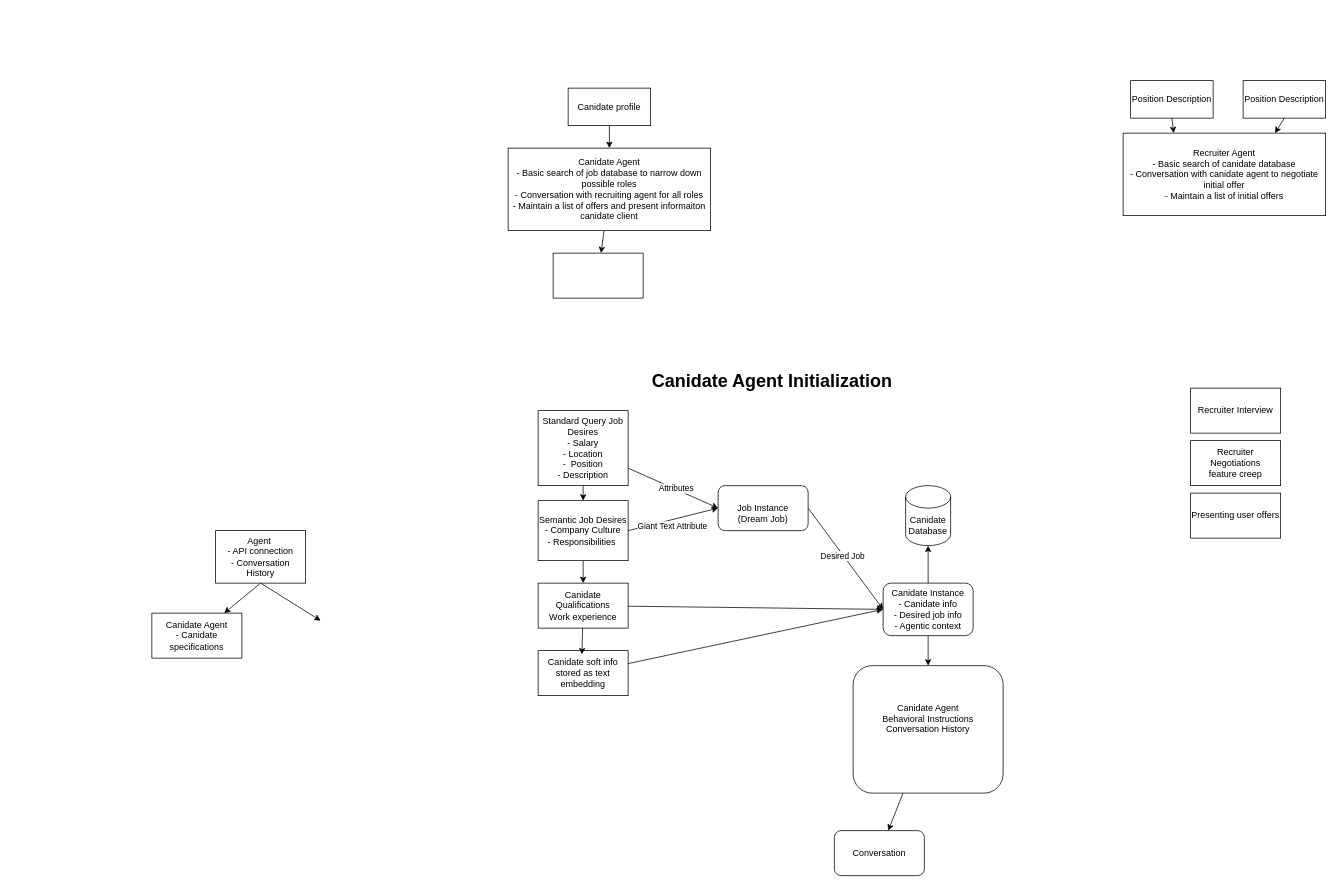
This is docs/OUTLINE.drawio from WilliamRamsey/IAInfoLLM, a draw.io file, before an edit. Source tidied: cells renumbered, new cells numbered last; positions are measured from the earlier drawing's top-left corner, leaving out a move shared by most shapes. Both pictures are drawn from the tidied source at 75%, with x=0, y=0 at pixel (152, 80).
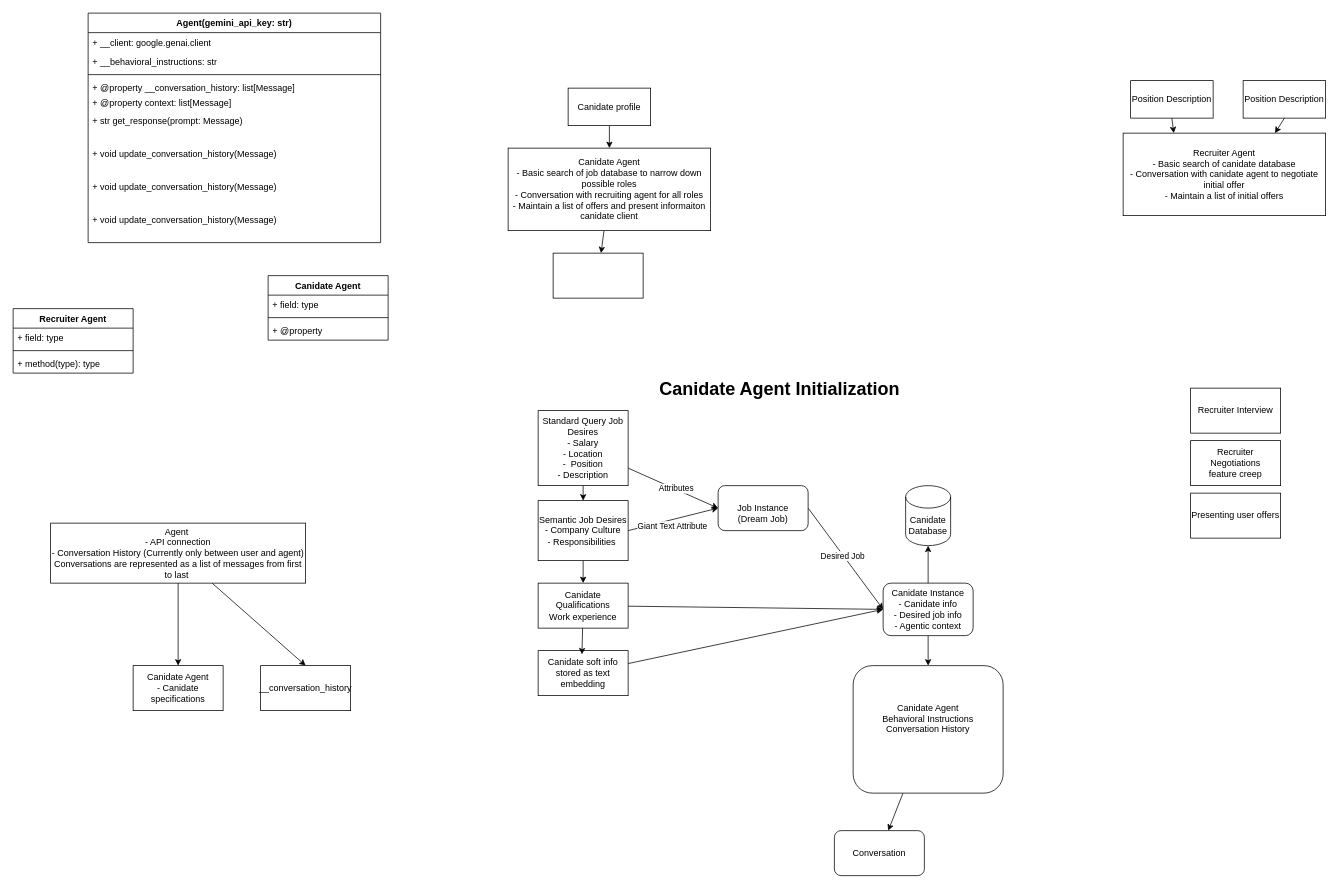
After the change.

Commit message (it also covers changes not shown here):
AGENT class built

Diff of the diagram source:
```diff
@@
-    <mxCell id="26" value="&lt;h1 style=&quot;margin-top: 0px;&quot;&gt;Canidate Agent Initialization&lt;/h1&gt;" style="text;html=1;whiteSpace=wrap;overflow=hidden;rounded=0;" parent="1" vertex="1">
-      <mxGeometry x="665" y="380" width="350" height="40" as="geometry" />
-    </mxCell>
@@
-    <mxCell id="40" style="edgeStyle=none;html=1;exitX=0.5;exitY=1;exitDx=0;exitDy=0;" parent="1" edge="1" source="41">
-      <mxGeometry relative="1" as="geometry">
-        <mxPoint x="225" y="720" as="targetPoint" />
-      </mxGeometry>
-    </mxCell>
+    <mxCell id="43" style="edgeStyle=none;html=1;entryX=0.5;entryY=0;entryDx=0;entryDy=0;" parent="1" edge="1" source="41" target="44">
+      <mxGeometry relative="1" as="geometry" />
+    </mxCell>
-    <mxCell id="41" value="Agent&amp;nbsp;&lt;div&gt;&lt;span style=&quot;background-color: transparent;&quot;&gt;- API connection&lt;/span&gt;&lt;div&gt;&lt;div&gt;- Conversation History&lt;/div&gt;&lt;/div&gt;&lt;/div&gt;" style="whiteSpace=wrap;html=1;" parent="1" vertex="1">
-      <mxGeometry x="85" y="600" width="120" height="70" as="geometry" />
+    <mxCell id="41" value="Agent&amp;nbsp;&lt;div&gt;&lt;span style=&quot;background-color: transparent;&quot;&gt;- API connection&lt;/span&gt;&lt;div&gt;&lt;div&gt;- Conversation History (Currently only between user and agent)&lt;/div&gt;&lt;/div&gt;&lt;/div&gt;&lt;div&gt;Conversations are represented as a list of messages from first to last&amp;nbsp;&lt;/div&gt;" style="whiteSpace=wrap;html=1;" parent="1" vertex="1">
+      <mxGeometry x="-135" y="590" width="340" height="80" as="geometry" />
     </mxCell>
     <mxCell id="42" value="Canidate Agent&lt;div&gt;- Canidate specifications&lt;/div&gt;" style="whiteSpace=wrap;html=1;" parent="1" vertex="1">
-      <mxGeometry y="710" width="120" height="60" as="geometry" />
+      <mxGeometry x="-25" y="780" width="120" height="60" as="geometry" />
     </mxCell>
+    <mxCell id="44" value="__conversation_history" style="whiteSpace=wrap;html=1;" parent="1" vertex="1">
+      <mxGeometry x="145" y="780" width="120" height="60" as="geometry" />
+    </mxCell>
+    <mxCell id="26" value="&lt;h1 style=&quot;margin-top: 0px;&quot;&gt;Canidate Agent Initialization&lt;/h1&gt;" style="text;html=1;whiteSpace=wrap;overflow=hidden;rounded=0;" parent="1" vertex="1">
+      <mxGeometry x="675" y="390" width="350" height="40" as="geometry" />
+    </mxCell>
+    <mxCell id="45" value="Agent(gemini_api_key: str)" style="swimlane;fontStyle=1;align=center;verticalAlign=top;horizontal=1;startSize=26;whiteSpace=wrap;html=1;" parent="1" vertex="1">
+      <mxGeometry x="-85" y="-90" width="390" height="306" as="geometry" />
+    </mxCell>
+    <mxCell id="46" value="+ __client: google.genai.client" style="text;strokeColor=none;fillColor=none;align=left;verticalAlign=top;spacingLeft=4;spacingRight=4;overflow=hidden;whiteSpace=wrap;html=1;" parent="45" vertex="1">
+      <mxGeometry y="26" width="390" height="26" as="geometry" />
+    </mxCell>
+    <mxCell id="47" value="+ __behavioral_instructions: str" style="text;strokeColor=none;fillColor=none;align=left;verticalAlign=top;spacingLeft=4;spacingRight=4;overflow=hidden;whiteSpace=wrap;html=1;" parent="45" vertex="1">
+      <mxGeometry y="52" width="390" height="26" as="geometry" />
+    </mxCell>
+    <mxCell id="48" style="line;strokeWidth=1;fillColor=none;align=left;verticalAlign=middle;spacingTop=-1;spacingLeft=3;spacingRight=3;labelPosition=right;strokeColor=inherit;" parent="45" vertex="1">
+      <mxGeometry y="78" width="390" height="8" as="geometry" />
+    </mxCell>
+    <mxCell id="49" value="+ @property __conversation_history: list[Message]" style="text;strokeColor=none;fillColor=none;align=left;verticalAlign=top;spacingLeft=4;spacingRight=4;overflow=hidden;whiteSpace=wrap;html=1;" parent="45" vertex="1">
+      <mxGeometry y="86" width="390" height="20" as="geometry" />
+    </mxCell>
+    <mxCell id="50" value="+ @property context: list[Message]" style="text;strokeColor=none;fillColor=none;align=left;verticalAlign=top;spacingLeft=4;spacingRight=4;overflow=hidden;whiteSpace=wrap;html=1;" parent="45" vertex="1">
+      <mxGeometry y="106" width="390" height="24" as="geometry" />
+    </mxCell>
+    <mxCell id="51" value="+ str get_response(prompt: Message)" style="text;strokeColor=none;fillColor=none;align=left;verticalAlign=top;spacingLeft=4;spacingRight=4;overflow=hidden;whiteSpace=wrap;html=1;" parent="45" vertex="1">
+      <mxGeometry y="130" width="390" height="44" as="geometry" />
+    </mxCell>
+    <mxCell id="52" value="+ void update_conversation_history(Message)" style="text;strokeColor=none;fillColor=none;align=left;verticalAlign=top;spacingLeft=4;spacingRight=4;overflow=hidden;whiteSpace=wrap;html=1;" parent="45" vertex="1">
+      <mxGeometry y="174" width="390" height="44" as="geometry" />
+    </mxCell>
+    <mxCell id="53" value="+ void update_conversation_history(Message)" style="text;strokeColor=none;fillColor=none;align=left;verticalAlign=top;spacingLeft=4;spacingRight=4;overflow=hidden;whiteSpace=wrap;html=1;" parent="45" vertex="1">
+      <mxGeometry y="218" width="390" height="44" as="geometry" />
+    </mxCell>
+    <mxCell id="54" value="+ void update_conversation_history(Message)" style="text;strokeColor=none;fillColor=none;align=left;verticalAlign=top;spacingLeft=4;spacingRight=4;overflow=hidden;whiteSpace=wrap;html=1;" parent="45" vertex="1">
+      <mxGeometry y="262" width="390" height="44" as="geometry" />
+    </mxCell>
+    <mxCell id="55" value="Recruiter Agent&lt;div&gt;&lt;br&gt;&lt;/div&gt;" style="swimlane;fontStyle=1;align=center;verticalAlign=top;horizontal=1;startSize=26;whiteSpace=wrap;html=1;" parent="1" vertex="1">
+      <mxGeometry x="-185" y="304" width="160" height="86" as="geometry" />
+    </mxCell>
+    <mxCell id="56" value="+ field: type" style="text;strokeColor=none;fillColor=none;align=left;verticalAlign=top;spacingLeft=4;spacingRight=4;overflow=hidden;whiteSpace=wrap;html=1;" parent="55" vertex="1">
+      <mxGeometry y="26" width="160" height="26" as="geometry" />
+    </mxCell>
+    <mxCell id="57" style="line;strokeWidth=1;fillColor=none;align=left;verticalAlign=middle;spacingTop=-1;spacingLeft=3;spacingRight=3;labelPosition=right;strokeColor=inherit;" parent="55" vertex="1">
+      <mxGeometry y="52" width="160" height="8" as="geometry" />
+    </mxCell>
+    <mxCell id="58" value="+ method(type): type" style="text;strokeColor=none;fillColor=none;align=left;verticalAlign=top;spacingLeft=4;spacingRight=4;overflow=hidden;whiteSpace=wrap;html=1;" parent="55" vertex="1">
+      <mxGeometry y="60" width="160" height="26" as="geometry" />
+    </mxCell>
+    <mxCell id="59" value="Canidate Agent" style="swimlane;fontStyle=1;align=center;verticalAlign=top;horizontal=1;startSize=26;whiteSpace=wrap;html=1;" parent="1" vertex="1">
+      <mxGeometry x="155" y="260" width="160" height="86" as="geometry" />
+    </mxCell>
+    <mxCell id="60" value="+ field: type" style="text;strokeColor=none;fillColor=none;align=left;verticalAlign=top;spacingLeft=4;spacingRight=4;overflow=hidden;whiteSpace=wrap;html=1;" parent="59" vertex="1">
+      <mxGeometry y="26" width="160" height="26" as="geometry" />
+    </mxCell>
+    <mxCell id="61" style="line;strokeWidth=1;fillColor=none;align=left;verticalAlign=middle;spacingTop=-1;spacingLeft=3;spacingRight=3;labelPosition=right;strokeColor=inherit;" parent="59" vertex="1">
+      <mxGeometry y="52" width="160" height="8" as="geometry" />
+    </mxCell>
+    <mxCell id="62" value="+ @property&amp;nbsp;" style="text;strokeColor=none;fillColor=none;align=left;verticalAlign=top;spacingLeft=4;spacingRight=4;overflow=hidden;whiteSpace=wrap;html=1;" parent="59" vertex="1">
+      <mxGeometry y="60" width="160" height="26" as="geometry" />
+    </mxCell>
```
